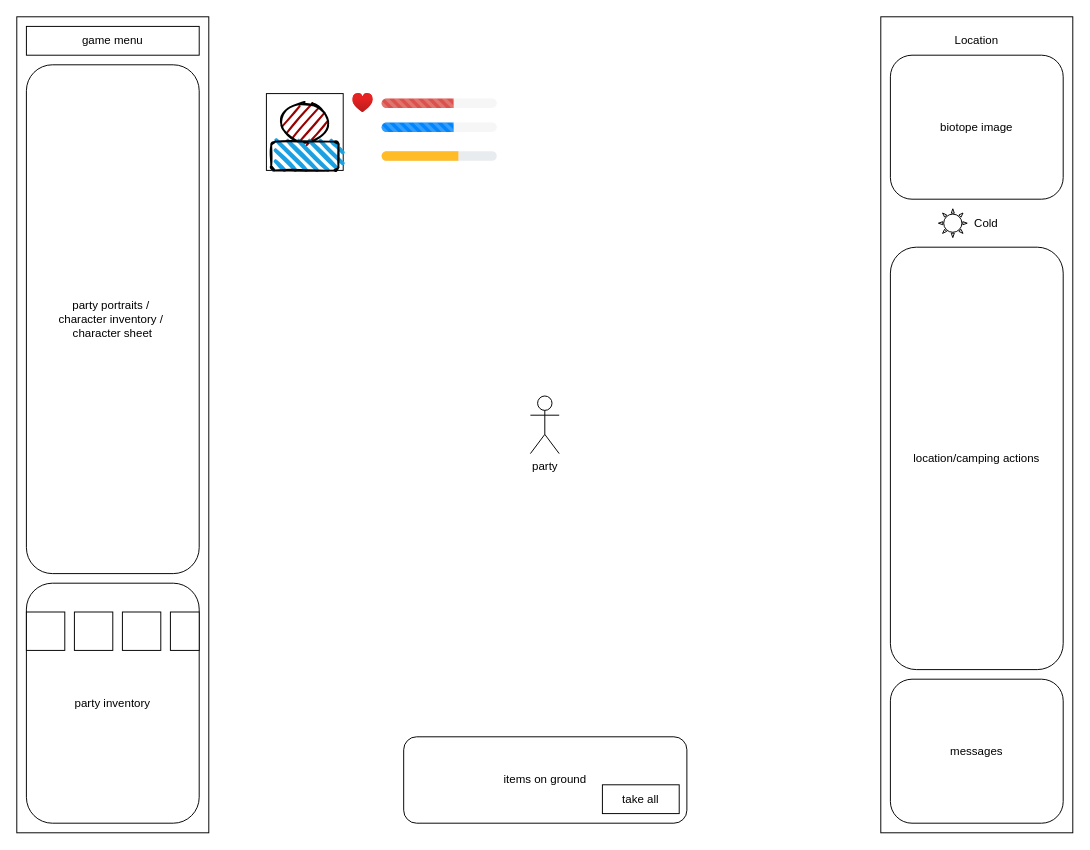
The draw.io diagram doc/UI.drawio in lotcz/heroes, before the edit. Source tidied: cells renumbered, new cells numbered last; positions are measured from the earlier drawing's top-left corner, leaving out a move shared by most shapes. Both pictures are drawn from the tidied source at 96%, with x=0, y=0 at pixel (16, 16).
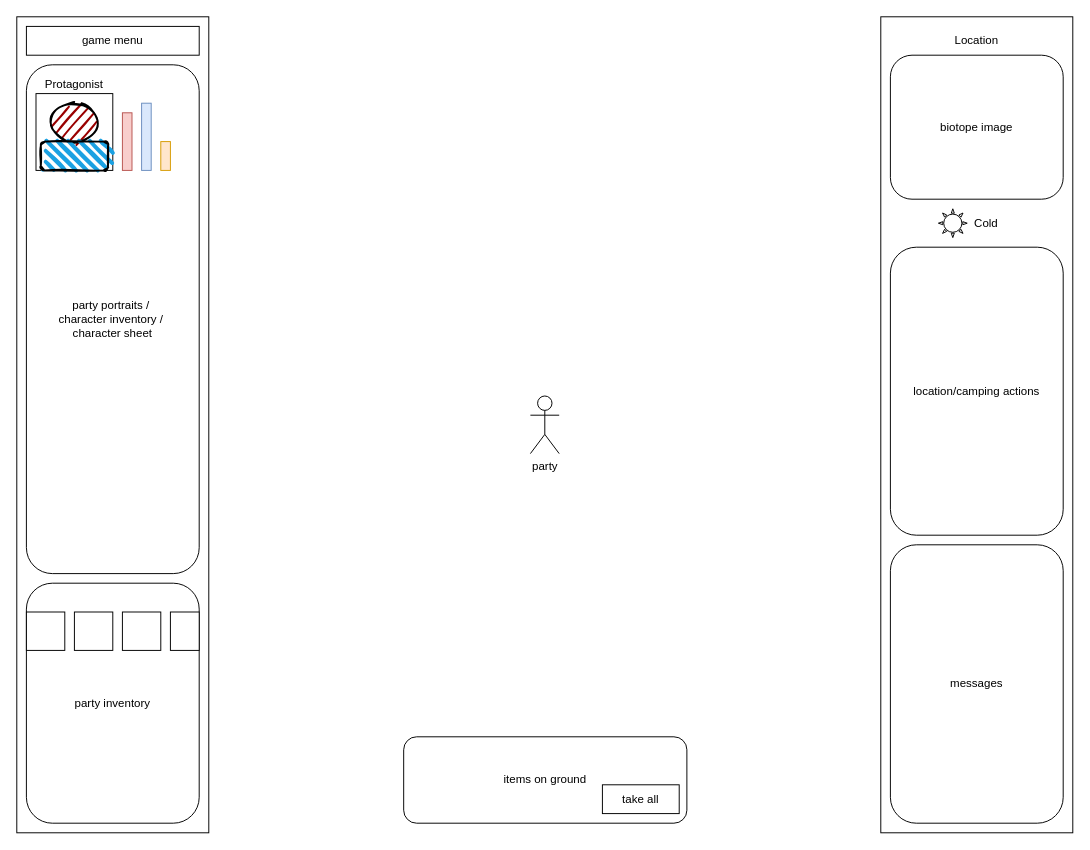
Above is the later version.

What changed in the source:
```diff
@@
     <mxCell id="5" value="messages" style="rounded=1;whiteSpace=wrap;html=1;" parent="1" vertex="1">
-      <mxGeometry x="910" y="690" width="180" height="150" as="geometry" />
+      <mxGeometry x="910" y="550" width="180" height="290" as="geometry" />
     </mxCell>
@@
     <mxCell id="11" value="location/camping actions" style="rounded=1;whiteSpace=wrap;html=1;" parent="1" vertex="1">
-      <mxGeometry x="910" y="240" width="180" height="440" as="geometry" />
+      <mxGeometry x="910" y="240" width="180" height="300" as="geometry" />
     </mxCell>
@@
     <mxCell id="17" style="group;" parent="1" vertex="1">
-      <mxGeometry x="260" y="80" width="80" height="80" as="geometry" />
+      <mxGeometry x="20" y="80" width="80" height="80" as="geometry" />
     </mxCell>
-    <mxCell id="18" style="whiteSpace=wrap;html=1;" parent="17" vertex="1">
+    <mxCell id="18" value="Protagonist" style="whiteSpace=wrap;html=1;labelPosition=center;verticalLabelPosition=top;align=center;verticalAlign=bottom;" parent="17" vertex="1">
       <mxGeometry width="80" height="80" as="geometry" />
     </mxCell>
@@
-    <mxCell id="24" style="html=1;shadow=0;dashed=0;shape=mxgraph.bootstrap.rrect;rSize=5;strokeColor=none;fillColor=#f6f6f6;whiteSpace=wrap;" parent="1" vertex="1">
-      <mxGeometry x="380" y="85" width="120" height="10" as="geometry" />
-    </mxCell>
-    <mxCell id="25" style="html=1;shadow=0;dashed=0;shape=mxgraph.bootstrap.leftButtonStriped;fillColor=#DB524C;fontColor=#FFFFFF;whiteSpace=wrap;" parent="24" vertex="1">
-      <mxGeometry width="75" height="10" as="geometry" />
-    </mxCell>
-    <mxCell id="26" style="html=1;shadow=0;dashed=0;shape=mxgraph.bootstrap.rrect;rSize=5;strokeColor=none;fillColor=#f6f6f6;whiteSpace=wrap;" parent="1" vertex="1">
-      <mxGeometry x="380" y="110" width="120" height="10" as="geometry" />
-    </mxCell>
-    <mxCell id="27" style="html=1;shadow=0;dashed=0;shape=mxgraph.bootstrap.leftButtonStriped;fillColor=#0085FC;fontColor=#FFFFFF;whiteSpace=wrap;" parent="26" vertex="1">
-      <mxGeometry width="75" height="10" as="geometry" />
-    </mxCell>
-    <mxCell id="28" style="image;html=1;align=center;fontSize=12;image=img/lib/azure2/general/Heart.svg;" parent="1" vertex="1">
-      <mxGeometry x="350" y="80" width="21.3" height="20" as="geometry" />
-    </mxCell>
-    <mxCell id="29" style="html=1;shadow=0;dashed=0;shape=mxgraph.bootstrap.rrect;rSize=5;fillColor=#E9ECEF;strokeColor=none;" parent="1" vertex="1">
-      <mxGeometry x="380" y="140" width="120" height="10" as="geometry" />
-    </mxCell>
-    <mxCell id="30" style="html=1;shadow=0;dashed=0;shape=mxgraph.bootstrap.leftButton;rSize=5;fillColor=#FFBC26;strokeColor=none;" parent="29" vertex="1">
-      <mxGeometry width="80" height="10" relative="1" as="geometry" />
-    </mxCell>
+    <mxCell id="31" style="rounded=0;whiteSpace=wrap;html=1;fillColor=#f8cecc;strokeColor=#b85450;" parent="1" vertex="1">
+      <mxGeometry x="110" y="100" width="10" height="60" as="geometry" />
+    </mxCell>
+    <mxCell id="32" style="rounded=0;whiteSpace=wrap;html=1;fillColor=#dae8fc;strokeColor=#6c8ebf;" parent="1" vertex="1">
+      <mxGeometry x="130" y="90" width="10" height="70" as="geometry" />
+    </mxCell>
+    <mxCell id="33" style="rounded=0;whiteSpace=wrap;html=1;fillColor=#ffe6cc;strokeColor=#d79b00;" parent="1" vertex="1">
+      <mxGeometry x="150" y="130" width="10" height="30" as="geometry" />
+    </mxCell>
```
